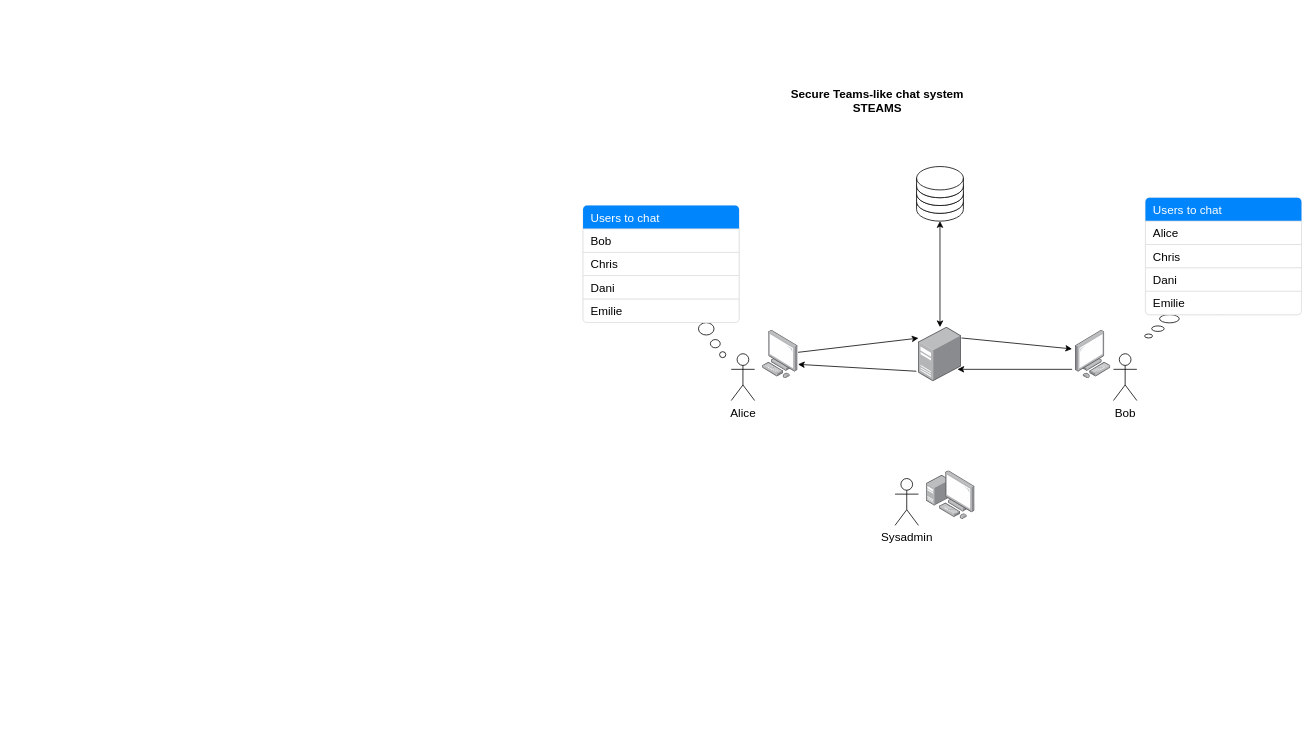
The draw.io diagram docs/drawings/1.drawio in behnamarbab/steams, before the edit. Source tidied: cells renumbered, new cells numbered last; positions are measured from the earlier drawing's top-left corner, leaving out a move shared by most shapes. Both pictures are drawn from the tidied source at 78%, with x=0, y=0 at pixel (583, 80).
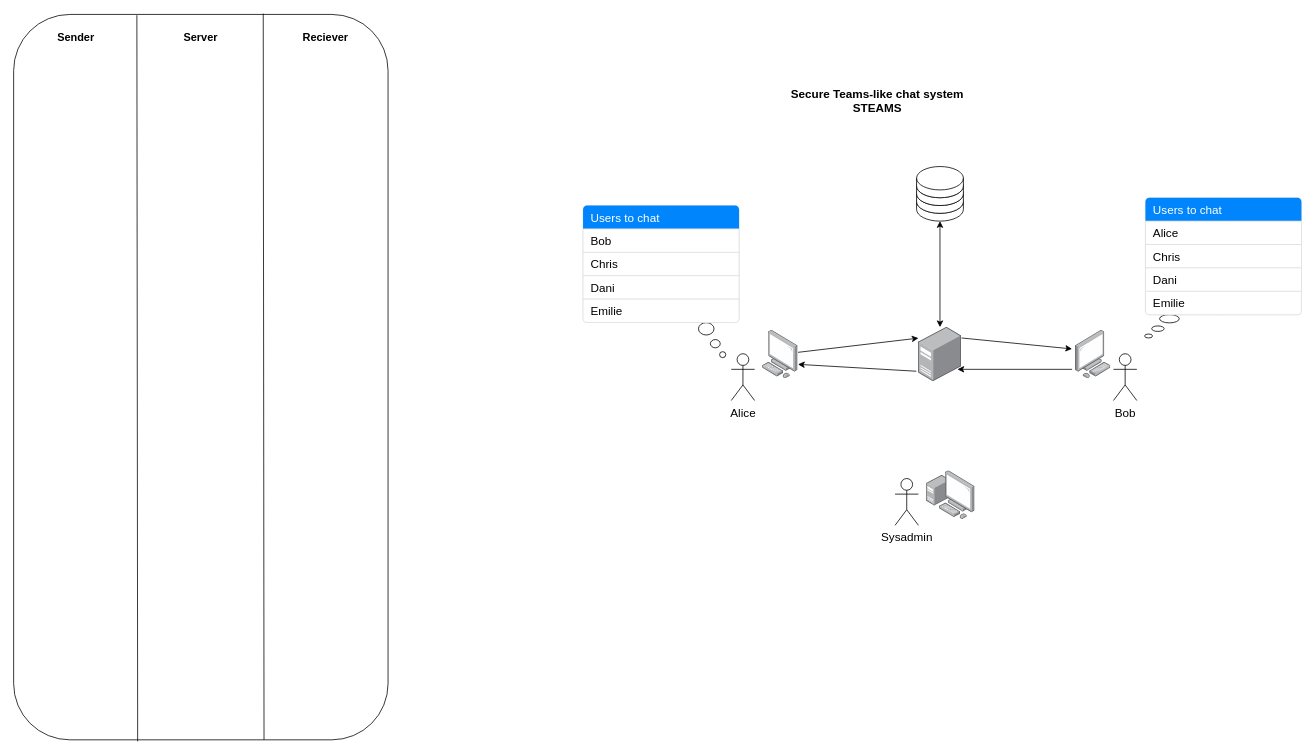
The same diagram, later.

Diff of the diagram source:
```diff
@@
+    <mxCell id="36" style="rounded=1;whiteSpace=wrap;html=1;" parent="1" vertex="1">
+      <mxGeometry x="-730" y="-85" width="480" height="930" as="geometry" />
+    </mxCell>
+    <mxCell id="37" style="endArrow=none;html=1;" parent="1" edge="1">
+      <mxGeometry relative="1" as="geometry">
+        <mxPoint x="-571" y="847" as="sourcePoint" />
+        <mxPoint x="-572" y="-84" as="targetPoint" />
+      </mxGeometry>
+    </mxCell>
+    <mxCell id="38" style="endArrow=none;html=1;" parent="1" edge="1">
+      <mxGeometry relative="1" as="geometry">
+        <mxPoint x="-409" y="845" as="sourcePoint" />
+        <mxPoint x="-410" y="-86" as="targetPoint" />
+      </mxGeometry>
+    </mxCell>
+    <mxCell id="39" value="&lt;b&gt;&lt;font style=&quot;font-size: 14px;&quot;&gt;Sender&lt;/font&gt;&lt;/b&gt;" style="text;html=1;strokeColor=none;fillColor=none;align=center;verticalAlign=middle;whiteSpace=wrap;rounded=0;" parent="1" vertex="1">
+      <mxGeometry x="-680" y="-70" width="60" height="30" as="geometry" />
+    </mxCell>
+    <mxCell id="40" value="&lt;b&gt;&lt;font style=&quot;font-size: 14px;&quot;&gt;Reciever&lt;/font&gt;&lt;/b&gt;" style="text;html=1;strokeColor=none;fillColor=none;align=center;verticalAlign=middle;whiteSpace=wrap;rounded=0;" parent="1" vertex="1">
+      <mxGeometry x="-360" y="-70" width="60" height="30" as="geometry" />
+    </mxCell>
+    <mxCell id="41" value="&lt;b&gt;&lt;font style=&quot;font-size: 14px;&quot;&gt;Server&lt;/font&gt;&lt;/b&gt;" style="text;html=1;strokeColor=none;fillColor=none;align=center;verticalAlign=middle;whiteSpace=wrap;rounded=0;" parent="1" vertex="1">
+      <mxGeometry x="-520" y="-70" width="60" height="30" as="geometry" />
+    </mxCell>
```
